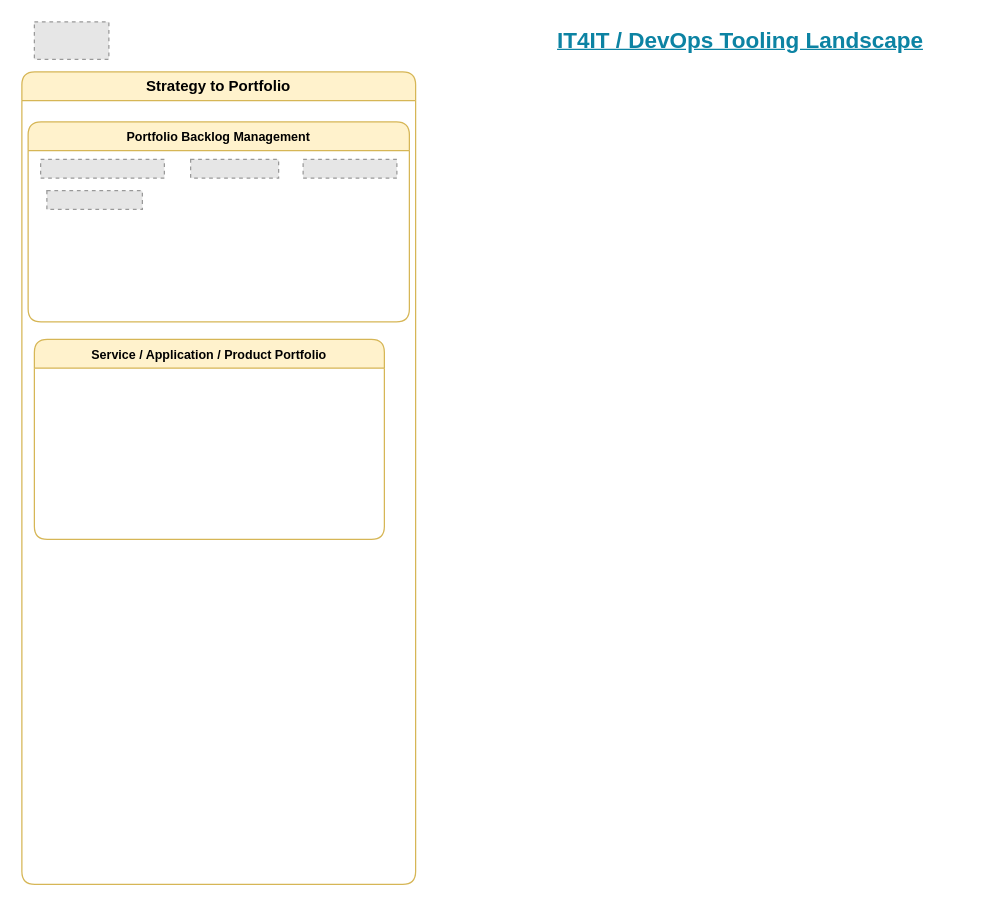
Above: IT4IT / DevOps Tooling Landscape.drawio in georgeslanglois/DevOpsTools (draw.io), before the change. Source tidied: cells renumbered, new cells numbered last; positions are measured from the earlier drawing's top-left corner, leaving out a move shared by most shapes. Both pictures are drawn from the tidied source at 125%, with x=0, y=0 at pixel (21, 21). Pictures stored in the file or linked from it are replaced by grey dashed boxes.
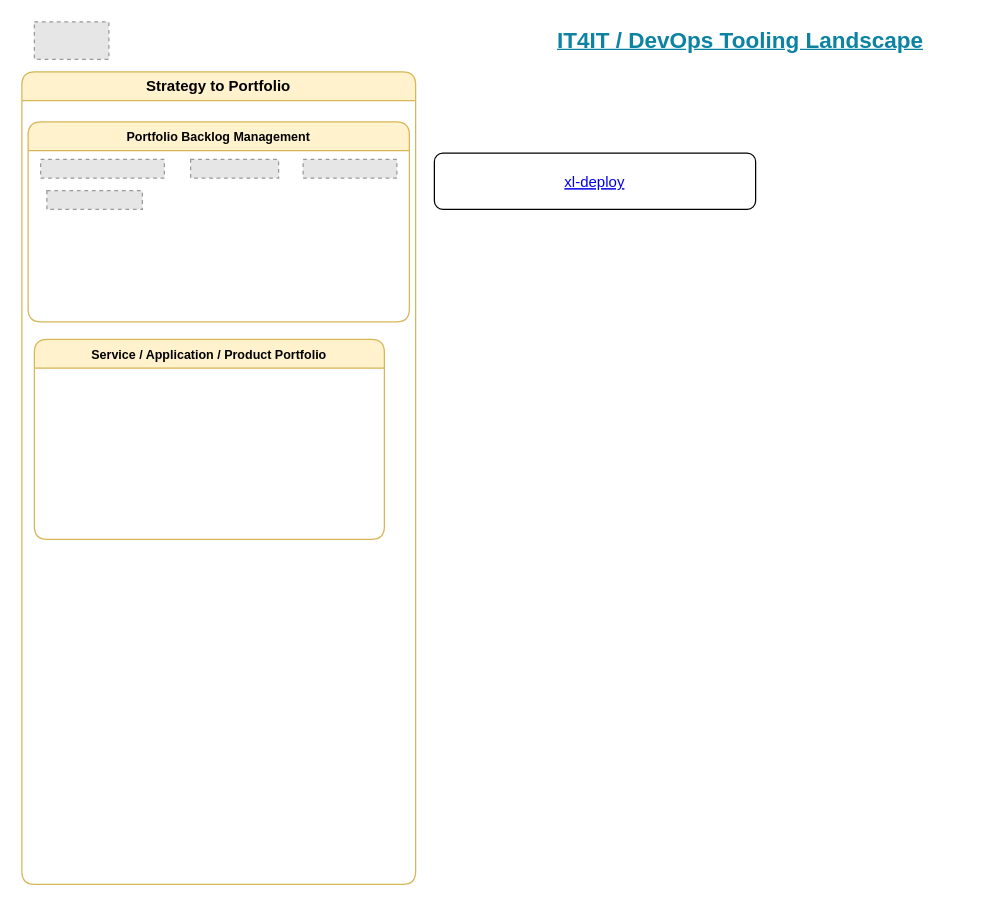
The same diagram, later.

Diff of the diagram source:
```diff
@@
 <mxGraphModel>
   <root>
     <mxCell id="0" />
     <mxCell id="1" parent="0" />
     <mxCell id="2" value="Strategy to Portfolio" style="swimlane;whiteSpace=wrap;html=1;rounded=1;fillColor=#fff2cc;strokeColor=#d6b656;swimlaneLine=1;" parent="1" vertex="1">
       <mxGeometry y="40" width="315" height="650" as="geometry" />
     </mxCell>
     <mxCell id="3" value="Portfolio Backlog Management" style="swimlane;whiteSpace=wrap;html=1;rounded=1;fillColor=#fff2cc;strokeColor=#d6b656;fontSize=10;" parent="2" vertex="1">
       <mxGeometry x="5" y="40" width="305" height="160" as="geometry" />
     </mxCell>
     <mxCell id="4" style="fillColor=#E6E6E6;strokeColor=#999999;dashed=1;verticalLabelPosition=bottom;verticalAlign=top;" parent="3" vertex="1">
       <mxGeometry x="10" y="30" width="99" height="15" as="geometry" />
     </mxCell>
     <mxCell id="5" style="fillColor=#E6E6E6;strokeColor=#999999;dashed=1;verticalLabelPosition=bottom;verticalAlign=top;align=center;fontFamily=Helvetica;fontSize=12;fontColor=default;" parent="3" vertex="1">
       <mxGeometry x="130" y="30" width="70.4" height="15" as="geometry" />
     </mxCell>
     <mxCell id="6" style="fillColor=#E6E6E6;strokeColor=#999999;dashed=1;verticalLabelPosition=bottom;verticalAlign=top;" parent="3" vertex="1">
       <mxGeometry x="220" y="30" width="75" height="15" as="geometry" />
     </mxCell>
     <mxCell id="7" style="fillColor=#E6E6E6;strokeColor=#999999;dashed=1;verticalLabelPosition=bottom;verticalAlign=top;" parent="3" vertex="1">
       <mxGeometry x="15" y="55" width="76.4" height="15" as="geometry" />
     </mxCell>
     <mxCell id="8" value="Service / Application / Product Portfolio" style="swimlane;whiteSpace=wrap;html=1;rounded=1;fillColor=#fff2cc;strokeColor=#d6b656;fontSize=10;" parent="2" vertex="1">
       <mxGeometry x="10" y="214" width="280" height="160" as="geometry" />
     </mxCell>
     <mxCell id="9" style="fillColor=#E6E6E6;strokeColor=#999999;dashed=1;verticalLabelPosition=bottom;verticalAlign=top;fontColor=#149086;" parent="1" vertex="1">
       <mxGeometry x="10" width="59.6" height="30" as="geometry" />
     </mxCell>
     <mxCell id="10" value="IT4IT / DevOps Tooling Landscape" style="text;strokeColor=none;align=center;fillColor=none;html=1;verticalAlign=middle;whiteSpace=wrap;rounded=0;fontSize=18;fontStyle=5;fontFamily=Helvetica;fontColor=#0c83a3;" parent="1" vertex="1">
       <mxGeometry x="380" width="390" height="30" as="geometry" />
     </mxCell>
+    <mxCell id="11" value="xl-deploy" style="fontColor=#0000EE;fontStyle=4;rounded=1;overflow=hidden;spacing=10;" parent="1" vertex="1">
+      <mxGeometry x="330" y="105" width="257" height="45" as="geometry" />
+    </mxCell>
   </root>
 </mxGraphModel>
```
